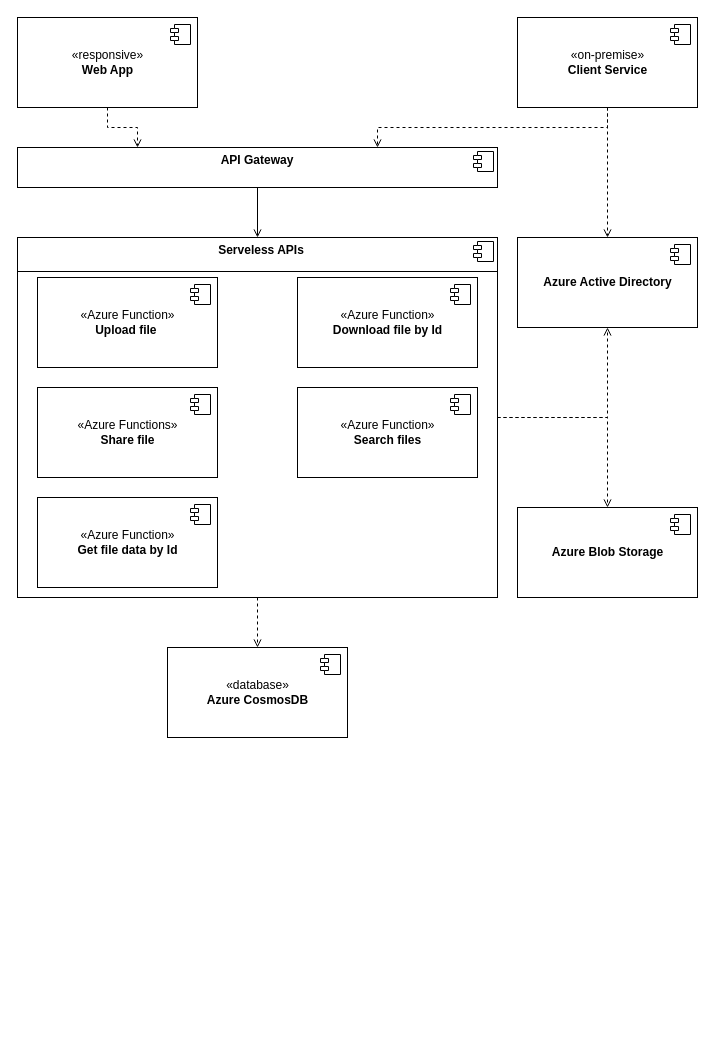
Earlier version of the draw.io diagram page "Components Diagram" (3 of 5) of docs/TCC - C4 Diagram.drawio (FelipeSpinelli/puc-minas-pos-tcc). Source tidied: cells renumbered, new cells numbered last; positions are measured from the earlier drawing's top-left corner, leaving out a move shared by most shapes. Both pictures are drawn from the tidied source at 100%, with x=0, y=0 at pixel (17, 17).
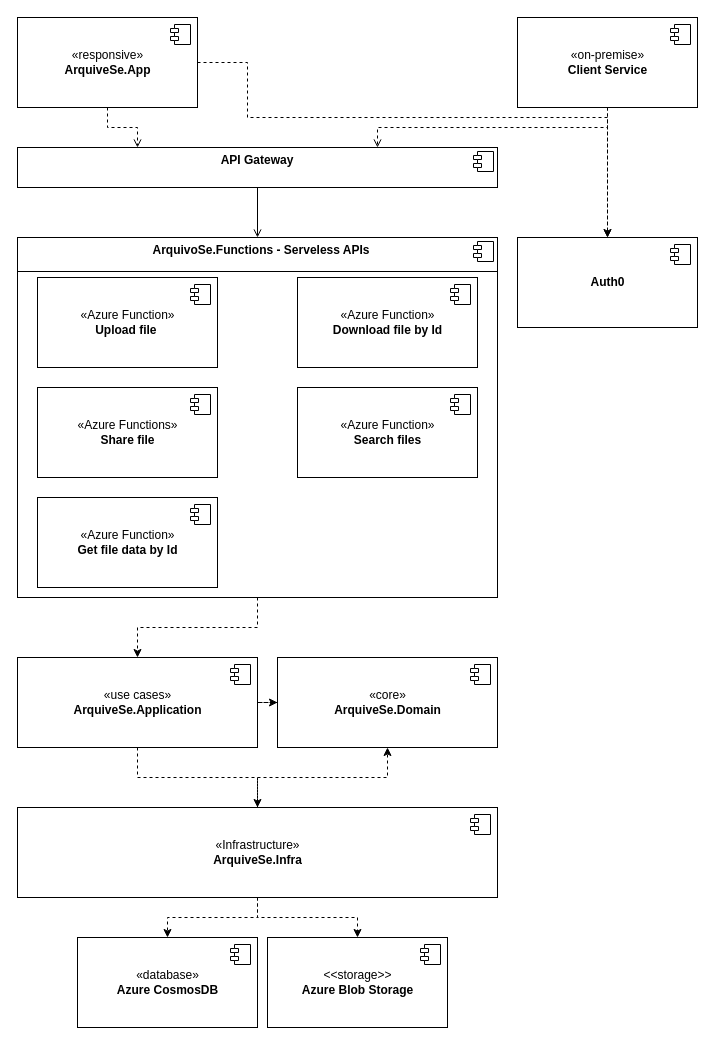
Above is the later version.

Diff of the diagram source:
```diff
@@
+    <mxCell id="34" style="edgeStyle=orthogonalEdgeStyle;rounded=0;jettySize=auto;html=1;exitX=1;exitY=0.5;exitDx=0;exitDy=0;entryX=0.5;entryY=0;entryDx=0;entryDy=0;dashed=1;" parent="1" edge="1" source="5" target="9">
+      <mxGeometry relative="1" as="geometry">
+        <Array as="points">
+          <mxPoint x="230" y="45" />
+          <mxPoint x="230" y="100" />
+          <mxPoint x="590" y="100" />
+        </Array>
+      </mxGeometry>
+    </mxCell>
-    <mxCell id="5" value="«responsive»&lt;br&gt;&lt;b&gt;Web App&lt;/b&gt;" style="html=1;" parent="1" vertex="1">
+    <mxCell id="5" value="«responsive»&lt;br&gt;&lt;b&gt;ArquiveSe.App&lt;/b&gt;" style="html=1;" parent="1" vertex="1">
       <mxGeometry width="180" height="90" as="geometry" />
     </mxCell>
@@
-    <mxCell id="9" value="&lt;b&gt;Azure Active Directory&lt;/b&gt;" style="html=1;" parent="1" vertex="1">
+    <mxCell id="9" value="&lt;b&gt;Auth0&lt;/b&gt;" style="html=1;" parent="1" vertex="1">
       <mxGeometry x="500" y="220" width="180" height="90" as="geometry" />
     </mxCell>
@@
+    <mxCell id="35" style="edgeStyle=orthogonalEdgeStyle;rounded=0;jettySize=auto;html=1;entryX=0.5;entryY=0;entryDx=0;entryDy=0;dashed=1;" parent="1" edge="1" source="14" target="38">
+      <mxGeometry relative="1" as="geometry" />
+    </mxCell>
-    <mxCell id="14" value="&lt;p style=&quot;margin: 6px 0px 0px;&quot;&gt;&lt;/p&gt;&lt;p style=&quot;margin:0px;margin-left:8px;&quot;&gt;&lt;b&gt;Serveless APIs&lt;/b&gt;&lt;/p&gt;" style="align=center;overflow=fill;html=1;" parent="1" vertex="1">
+    <mxCell id="14" value="&lt;p style=&quot;margin: 6px 0px 0px;&quot;&gt;&lt;/p&gt;&lt;p style=&quot;margin:0px;margin-left:8px;&quot;&gt;&lt;b&gt;ArquivoSe.Functions - Serveless APIs&lt;/b&gt;&lt;/p&gt;" style="align=center;overflow=fill;html=1;" parent="1" vertex="1">
       <mxGeometry y="220" width="480" height="360" as="geometry" />
     </mxCell>
@@
-    <mxCell id="17" value="&lt;b&gt;Azure Blob Storage&lt;/b&gt;" style="html=1;" parent="1" vertex="1">
-      <mxGeometry x="500" y="490" width="180" height="90" as="geometry" />
+    <mxCell id="17" value="&amp;lt;&amp;lt;storage&amp;gt;&amp;gt;&lt;br&gt;&lt;b&gt;Azure Blob Storage&lt;/b&gt;" style="html=1;" parent="1" vertex="1">
+      <mxGeometry x="250" y="920" width="180" height="90" as="geometry" />
     </mxCell>
@@
-    <mxCell id="19" style="endArrow=open;dashed=1;html=1;rounded=0;endFill=0;exitX=1;exitY=0.5;exitDx=0;exitDy=0;entryX=0.5;entryY=1;entryDx=0;entryDy=0;" parent="1" edge="1" source="14" target="9">
-      <mxGeometry relative="1" as="geometry">
-        <Array as="points">
-          <mxPoint x="590" y="400" />
-        </Array>
-      </mxGeometry>
-    </mxCell>
-    <mxCell id="20" style="endArrow=open;dashed=1;html=1;rounded=0;endFill=0;exitX=1;exitY=0.5;exitDx=0;exitDy=0;entryX=0.5;entryY=0;entryDx=0;entryDy=0;" parent="1" edge="1" source="14" target="17">
-      <mxGeometry relative="1" as="geometry">
-        <Array as="points">
-          <mxPoint x="590" y="400" />
-        </Array>
-      </mxGeometry>
-    </mxCell>
     <mxCell id="21" value="«database»&lt;br&gt;&lt;b&gt;Azure CosmosDB&lt;/b&gt;" style="html=1;" parent="1" vertex="1">
-      <mxGeometry x="150" y="630" width="180" height="90" as="geometry" />
+      <mxGeometry x="60" y="920" width="180" height="90" as="geometry" />
     </mxCell>
@@
-    <mxCell id="33" style="endArrow=open;dashed=1;html=1;rounded=0;endFill=0;exitX=0.5;exitY=1;exitDx=0;exitDy=0;entryX=0.5;entryY=0;entryDx=0;entryDy=0;" parent="1" edge="1" source="14" target="21">
-      <mxGeometry relative="1" as="geometry" />
-    </mxCell>
+    <mxCell id="36" style="edgeStyle=orthogonalEdgeStyle;rounded=0;jettySize=auto;html=1;exitX=1;exitY=0.5;exitDx=0;exitDy=0;dashed=1;" parent="1" edge="1" source="38" target="40">
+      <mxGeometry relative="1" as="geometry" />
+    </mxCell>
+    <mxCell id="37" style="edgeStyle=orthogonalEdgeStyle;rounded=0;jettySize=auto;html=1;exitX=0.5;exitY=1;exitDx=0;exitDy=0;dashed=1;" parent="1" edge="1" source="38" target="45">
+      <mxGeometry relative="1" as="geometry" />
+    </mxCell>
+    <mxCell id="38" value="«use cases»&lt;br&gt;&lt;b&gt;ArquiveSe.Application&lt;/b&gt;" style="html=1;" parent="1" vertex="1">
+      <mxGeometry y="640" width="240" height="90" as="geometry" />
+    </mxCell>
+    <mxCell id="39" style="shape=module;jettyWidth=8;jettyHeight=4;" parent="38" vertex="1">
+      <mxGeometry x="1" width="20" height="20" relative="1" as="geometry">
+        <mxPoint x="-27" y="7" as="offset" />
+      </mxGeometry>
+    </mxCell>
+    <mxCell id="40" value="«core»&lt;br&gt;&lt;b&gt;ArquiveSe.Domain&lt;/b&gt;" style="html=1;" parent="1" vertex="1">
+      <mxGeometry x="260" y="640" width="220" height="90" as="geometry" />
+    </mxCell>
+    <mxCell id="41" style="shape=module;jettyWidth=8;jettyHeight=4;" parent="40" vertex="1">
+      <mxGeometry x="1" width="20" height="20" relative="1" as="geometry">
+        <mxPoint x="-27" y="7" as="offset" />
+      </mxGeometry>
+    </mxCell>
+    <mxCell id="42" style="edgeStyle=orthogonalEdgeStyle;rounded=0;jettySize=auto;html=1;entryX=0.5;entryY=1;entryDx=0;entryDy=0;dashed=1;" parent="1" edge="1" source="45" target="40">
+      <mxGeometry relative="1" as="geometry" />
+    </mxCell>
+    <mxCell id="43" style="edgeStyle=orthogonalEdgeStyle;rounded=0;jettySize=auto;html=1;dashed=1;" parent="1" edge="1" source="45" target="21">
+      <mxGeometry relative="1" as="geometry" />
+    </mxCell>
+    <mxCell id="44" style="edgeStyle=orthogonalEdgeStyle;rounded=0;jettySize=auto;html=1;dashed=1;" parent="1" edge="1" source="45" target="17">
+      <mxGeometry relative="1" as="geometry" />
+    </mxCell>
+    <mxCell id="45" value="«Infrastructure»&lt;br&gt;&lt;b&gt;ArquiveSe.Infra&lt;/b&gt;" style="html=1;" parent="1" vertex="1">
+      <mxGeometry y="790" width="480" height="90" as="geometry" />
+    </mxCell>
+    <mxCell id="46" style="shape=module;jettyWidth=8;jettyHeight=4;" parent="45" vertex="1">
+      <mxGeometry x="1" width="20" height="20" relative="1" as="geometry">
+        <mxPoint x="-27" y="7" as="offset" />
+      </mxGeometry>
+    </mxCell>
```
